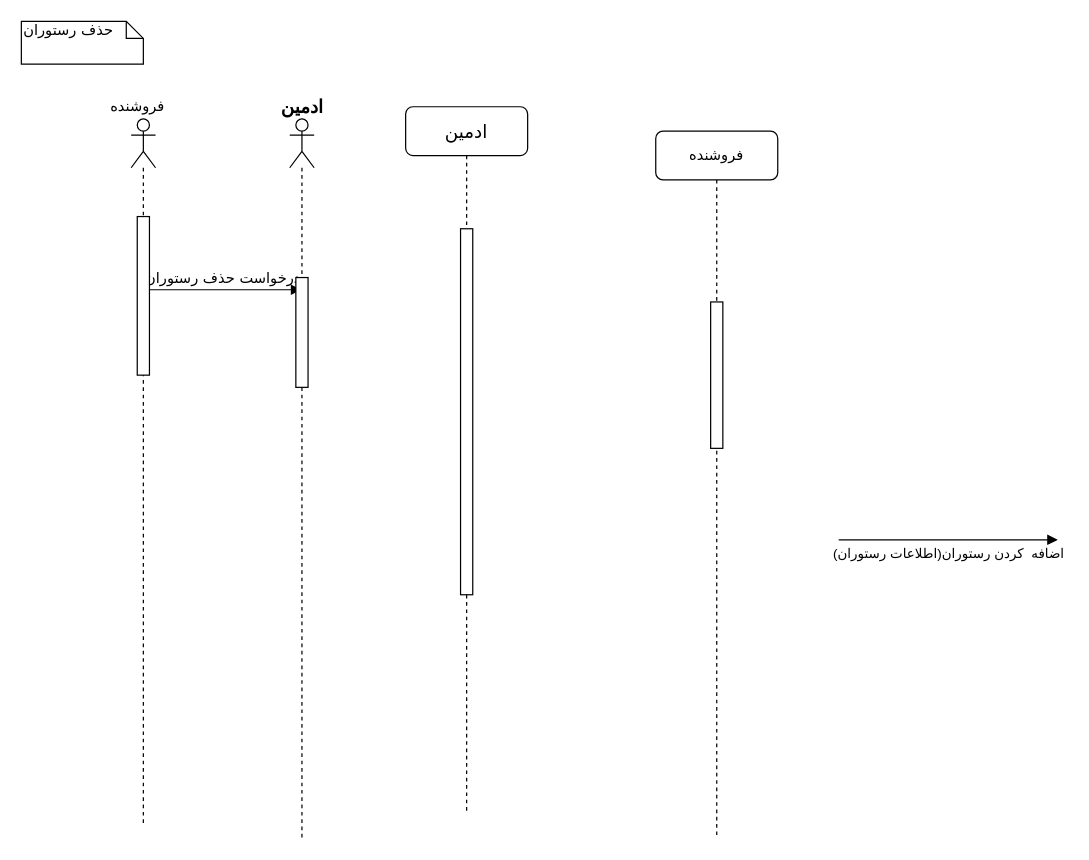
khoramian/TahDig_SoftwareEngineering keeps this draw.io diagram as restaurant_removal.drawio. Above is the earlier version. Source tidied: cells renumbered, new cells numbered last; positions are measured from the earlier drawing's top-left corner, leaving out a move shared by most shapes. Both pictures are drawn from the tidied source at 122%, with x=0, y=0 at pixel (21, 21).
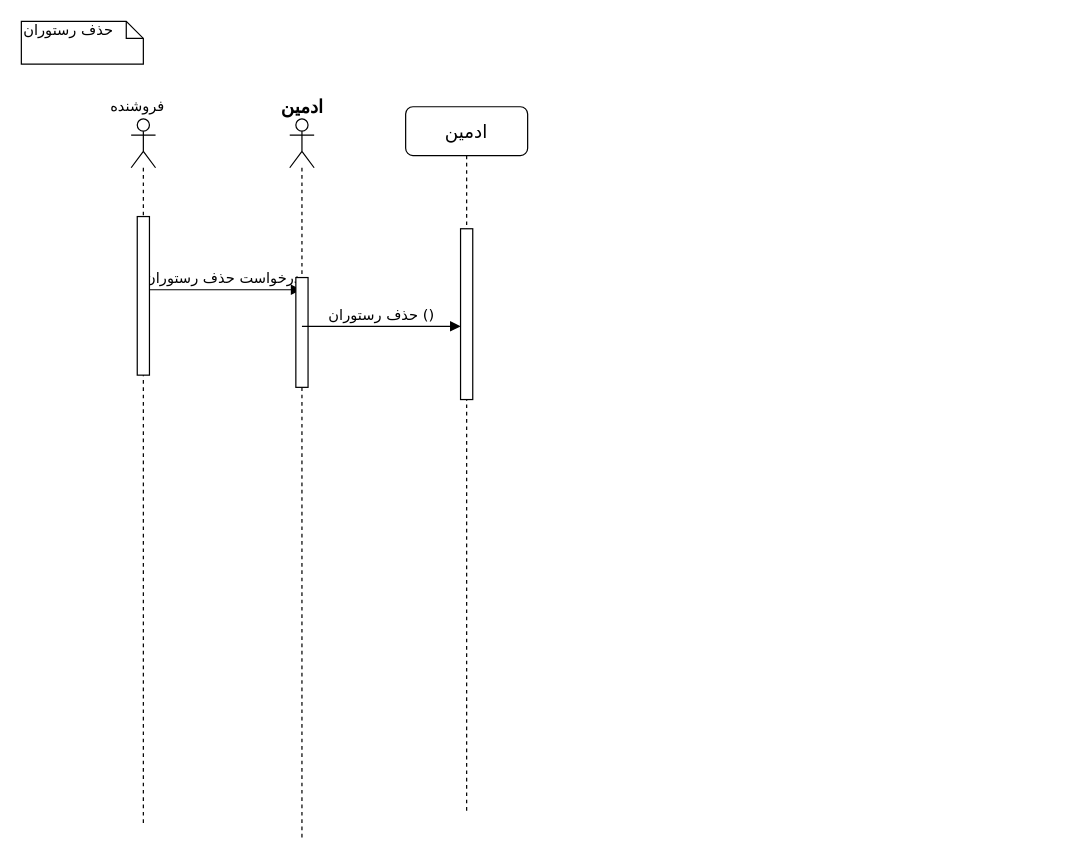
After the change.

Change to the diagram source:
```diff
@@
 <mxGraphModel>
   <root>
     <mxCell id="0" />
     <mxCell id="1" parent="0" />
-    <mxCell id="2" value="فروشنده" style="shape=umlLifeline;perimeter=lifelinePerimeter;whiteSpace=wrap;html=1;rounded=1;shadow=0;comic=0;labelBackgroundColor=none;strokeWidth=1;fontFamily=Verdana;fontSize=12;align=center;" parent="1" vertex="1">
-      <mxGeometry x="520" y="90" width="100" height="580" as="geometry" />
-    </mxCell>
-    <mxCell id="3" style="html=1;perimeter=orthogonalPerimeter;rounded=0;shadow=0;comic=0;labelBackgroundColor=none;strokeWidth=1;fontFamily=Verdana;fontSize=12;align=center;" parent="2" vertex="1">
-      <mxGeometry x="45" y="140" width="10" height="120" as="geometry" />
-    </mxCell>
     <mxCell id="4" value="درخواست حذف رستوران" style="html=1;verticalAlign=bottom;endArrow=block;labelBackgroundColor=none;fontFamily=Verdana;fontSize=12;edgeStyle=elbowEdgeStyle;elbow=vertical;" parent="1" edge="1" source="6" target="12">
       <mxGeometry relative="1" as="geometry">
         <Array as="points">
           <mxPoint x="190" y="220" />
           <mxPoint x="270" y="200" />
         </Array>
       </mxGeometry>
     </mxCell>
     <mxCell id="5" value="حذف رستوران" style="shape=note;whiteSpace=wrap;html=1;size=14;verticalAlign=top;align=left;spacingTop=-6;rounded=0;shadow=0;comic=0;labelBackgroundColor=none;strokeWidth=1;fontFamily=Verdana;fontSize=12;" parent="1" vertex="1">
       <mxGeometry width="100" height="35" as="geometry" />
     </mxCell>
     <mxCell id="6" style="shape=umlLifeline;participant=umlActor;perimeter=lifelinePerimeter;whiteSpace=wrap;html=1;verticalAlign=top;spacingTop=36;outlineConnect=0;" parent="1" vertex="1">
       <mxGeometry x="90" y="80" width="20" height="580" as="geometry" />
     </mxCell>
     <mxCell id="7" style="html=1;perimeter=orthogonalPerimeter;" parent="6" vertex="1">
       <mxGeometry x="5" y="80" width="10" height="130" as="geometry" />
     </mxCell>
     <mxCell id="8" value="فروشنده" style="text;html=1;align=center;verticalAlign=middle;" parent="1" vertex="1">
       <mxGeometry x="70" y="60" width="50" height="20" as="geometry" />
     </mxCell>
-    <mxCell id="9" value="اضافه&amp;nbsp; کردن رستوران(اطلاعات رستوران)" style="html=1;verticalAlign=bottom;endArrow=block;" parent="1" edge="1">
-      <mxGeometry y="-20" relative="1" as="geometry">
-        <mxPoint x="670" y="425" as="sourcePoint" />
-        <mxPoint x="849.5" y="425" as="targetPoint" />
-        <Array as="points">
-          <mxPoint x="709.5" y="425" />
-          <mxPoint x="730.5" y="425" />
-        </Array>
-      </mxGeometry>
-    </mxCell>
     <mxCell id="10" value="&lt;font style=&quot;font-size: 15px&quot;&gt;ادمین&lt;/font&gt;" style="shape=umlLifeline;perimeter=lifelinePerimeter;whiteSpace=wrap;html=1;rounded=1;shadow=0;comic=0;labelBackgroundColor=none;strokeWidth=1;fontFamily=Verdana;fontSize=12;align=center;" parent="1" vertex="1">
       <mxGeometry x="315" y="70" width="100" height="580" as="geometry" />
     </mxCell>
     <mxCell id="11" style="html=1;perimeter=orthogonalPerimeter;rounded=0;shadow=0;comic=0;labelBackgroundColor=none;strokeWidth=1;fontFamily=Verdana;fontSize=12;align=center;" parent="10" vertex="1">
-      <mxGeometry x="45" y="100" width="10" height="300" as="geometry" />
+      <mxGeometry x="45" y="100" width="10" height="140" as="geometry" />
     </mxCell>
     <mxCell id="12" style="shape=umlLifeline;participant=umlActor;perimeter=lifelinePerimeter;whiteSpace=wrap;html=1;verticalAlign=top;spacingTop=36;outlineConnect=0;" parent="1" vertex="1">
       <mxGeometry x="220" y="80" width="20" height="590" as="geometry" />
     </mxCell>
     <mxCell id="13" style="html=1;perimeter=orthogonalPerimeter;rounded=0;shadow=0;comic=0;labelBackgroundColor=none;strokeWidth=1;fontFamily=Verdana;fontSize=12;align=center;" parent="12" vertex="1">
       <mxGeometry x="5" y="130" width="10" height="90" as="geometry" />
     </mxCell>
     <mxCell id="14" value="&lt;b&gt;&lt;font style=&quot;font-size: 15px&quot;&gt;ادمین&lt;/font&gt;&lt;/b&gt;" style="text;html=1;align=center;verticalAlign=middle;" parent="1" vertex="1">
       <mxGeometry x="210" y="60" width="40" height="20" as="geometry" />
     </mxCell>
+    <mxCell id="15" value="حذف رستوران ()" style="html=1;verticalAlign=bottom;endArrow=block;labelBackgroundColor=none;fontFamily=Verdana;fontSize=12;edgeStyle=elbowEdgeStyle;elbow=vertical;" parent="1" edge="1">
+      <mxGeometry relative="1" as="geometry">
+        <mxPoint x="230" y="250" as="sourcePoint" />
+        <mxPoint x="360" y="250" as="targetPoint" />
+        <Array as="points">
+          <mxPoint x="320.5" y="250" />
+          <mxPoint x="400.5" y="230" />
+        </Array>
+      </mxGeometry>
+    </mxCell>
   </root>
 </mxGraphModel>
```
